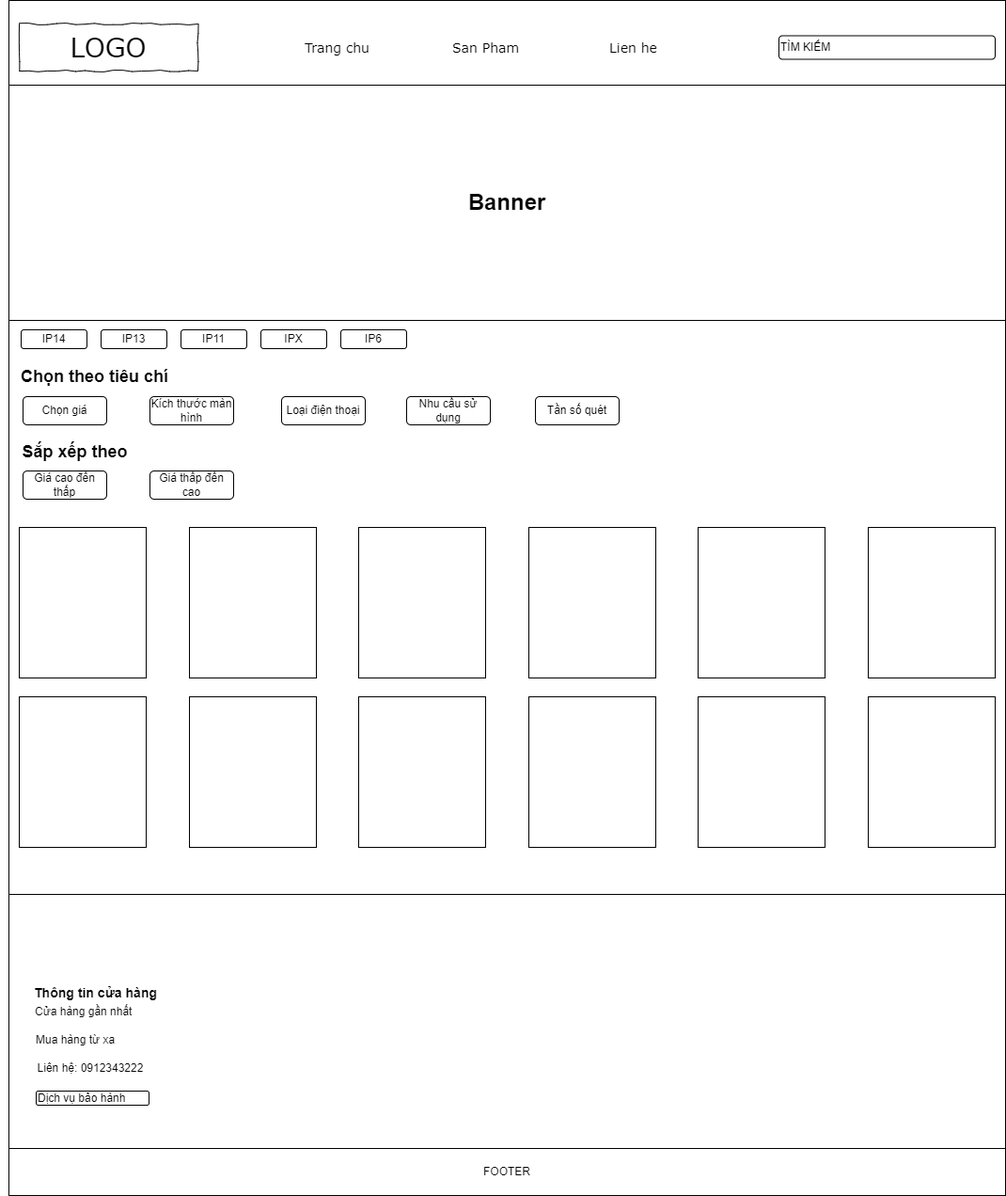
Above: img/SanPham.png in NguyenHocPH36330/Web106_HocNC (draw.io), before the change. Source tidied: cells renumbered, new cells last; positions are measured from the earlier drawing's top-left corner, leaving out a move shared by most shapes.
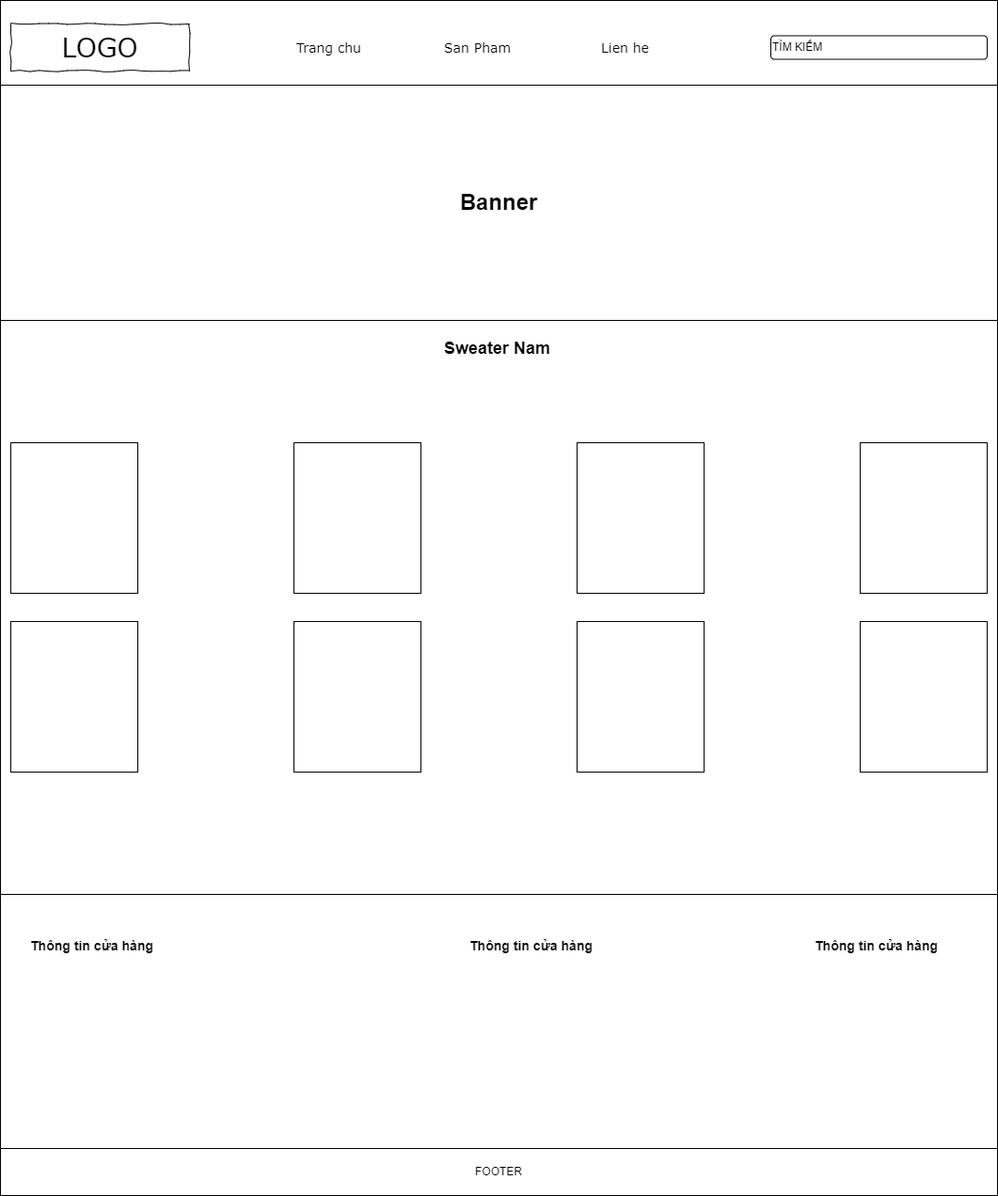
The same file after the commit.

The edit, as a diff of the source:
```diff
@@ -26,104 +26,47 @@
     <mxCell id="9" value="TÌM KIẾM" style="rounded=1;whiteSpace=wrap;html=1;align=left;" parent="1" vertex="1">
       <mxGeometry x="828" y="37.5" width="230" height="25" as="geometry" />
     </mxCell>
-    <mxCell id="10" value="&lt;h2&gt;Chọn theo tiêu chí&lt;/h2&gt;" style="text;html=1;strokeColor=none;fillColor=none;align=left;verticalAlign=middle;whiteSpace=wrap;rounded=0;" parent="1" vertex="1">
-      <mxGeometry x="20" y="385" width="159" height="30" as="geometry" />
+    <mxCell id="10" value="&lt;h2&gt;Sweater Nam&lt;/h2&gt;" style="text;html=1;strokeColor=none;fillColor=none;align=left;verticalAlign=middle;whiteSpace=wrap;rounded=0;" parent="1" vertex="1">
+      <mxGeometry x="479" y="355" width="159" height="30" as="geometry" />
     </mxCell>
-    <mxCell id="11" value="IP14" style="rounded=1;whiteSpace=wrap;html=1;flipH=1;" parent="1" vertex="1">
-      <mxGeometry x="22" y="350" width="70" height="20" as="geometry" />
-    </mxCell>
-    <mxCell id="12" value="IP13" style="rounded=1;whiteSpace=wrap;html=1;flipH=1;" parent="1" vertex="1">
-      <mxGeometry x="107" y="350" width="70" height="20" as="geometry" />
-    </mxCell>
-    <mxCell id="13" value="IP11" style="rounded=1;whiteSpace=wrap;html=1;flipH=1;" parent="1" vertex="1">
-      <mxGeometry x="192" y="350" width="70" height="20" as="geometry" />
-    </mxCell>
-    <mxCell id="14" value="IPX" style="rounded=1;whiteSpace=wrap;html=1;flipH=1;" parent="1" vertex="1">
-      <mxGeometry x="277" y="350" width="70" height="20" as="geometry" />
-    </mxCell>
-    <mxCell id="15" value="IP6" style="rounded=1;whiteSpace=wrap;html=1;flipH=1;" parent="1" vertex="1">
-      <mxGeometry x="362" y="350" width="70" height="20" as="geometry" />
-    </mxCell>
-    <mxCell id="16" value="Chọn giá" style="rounded=1;whiteSpace=wrap;html=1;" parent="1" vertex="1">
-      <mxGeometry x="24" y="421" width="89" height="30" as="geometry" />
-    </mxCell>
-    <mxCell id="17" value="Kích thước màn hình" style="rounded=1;whiteSpace=wrap;html=1;" parent="1" vertex="1">
-      <mxGeometry x="159" y="421" width="89" height="30" as="geometry" />
-    </mxCell>
-    <mxCell id="18" value="Loại điện thoại" style="rounded=1;whiteSpace=wrap;html=1;" parent="1" vertex="1">
-      <mxGeometry x="299" y="421" width="89" height="30" as="geometry" />
-    </mxCell>
-    <mxCell id="19" value="Nhu cầu sử dụng" style="rounded=1;whiteSpace=wrap;html=1;" parent="1" vertex="1">
-      <mxGeometry x="432" y="421" width="89" height="30" as="geometry" />
-    </mxCell>
-    <mxCell id="20" value="Tần số quét" style="rounded=1;whiteSpace=wrap;html=1;" parent="1" vertex="1">
-      <mxGeometry x="569" y="421" width="89" height="30" as="geometry" />
-    </mxCell>
-    <mxCell id="21" value="&lt;h2&gt;Sắp xếp theo&lt;/h2&gt;" style="text;html=1;strokeColor=none;fillColor=none;align=center;verticalAlign=middle;whiteSpace=wrap;rounded=0;" parent="1" vertex="1">
-      <mxGeometry y="465" width="159" height="30" as="geometry" />
-    </mxCell>
-    <mxCell id="22" value="Giá cao đến thấp" style="rounded=1;whiteSpace=wrap;html=1;" parent="1" vertex="1">
-      <mxGeometry x="24" y="500" width="89" height="30" as="geometry" />
-    </mxCell>
-    <mxCell id="23" value="Giá thấp đến cao" style="rounded=1;whiteSpace=wrap;html=1;" parent="1" vertex="1">
-      <mxGeometry x="159" y="500" width="89" height="30" as="geometry" />
-    </mxCell>
     <mxCell id="24" style="rounded=0;whiteSpace=wrap;html=1;flipH=0;" parent="1" vertex="1">
-      <mxGeometry x="20" y="560" width="135" height="160" as="geometry" />
+      <mxGeometry x="20" y="470" width="135" height="160" as="geometry" />
     </mxCell>
     <mxCell id="25" style="rounded=0;whiteSpace=wrap;html=1;flipH=0;" parent="1" vertex="1">
-      <mxGeometry x="201" y="560" width="135" height="160" as="geometry" />
+      <mxGeometry x="321" y="470" width="135" height="160" as="geometry" />
     </mxCell>
     <mxCell id="26" style="rounded=0;whiteSpace=wrap;html=1;flipH=0;" parent="1" vertex="1">
-      <mxGeometry x="381" y="560" width="135" height="160" as="geometry" />
+      <mxGeometry x="622" y="470" width="135" height="160" as="geometry" />
     </mxCell>
     <mxCell id="27" style="rounded=0;whiteSpace=wrap;html=1;flipH=0;" parent="1" vertex="1">
-      <mxGeometry x="562" y="560" width="135" height="160" as="geometry" />
+      <mxGeometry x="923" y="470" width="135" height="160" as="geometry" />
     </mxCell>
-    <mxCell id="28" style="rounded=0;whiteSpace=wrap;html=1;flipH=0;" parent="1" vertex="1">
-      <mxGeometry x="742" y="560" width="135" height="160" as="geometry" />
-    </mxCell>
-    <mxCell id="29" style="rounded=0;whiteSpace=wrap;html=1;flipH=0;" parent="1" vertex="1">
-      <mxGeometry x="923" y="560" width="135" height="160" as="geometry" />
-    </mxCell>
-    <mxCell id="30" style="rounded=0;whiteSpace=wrap;html=1;flipH=0;" parent="1" vertex="1">
-      <mxGeometry x="20" y="740" width="135" height="160" as="geometry" />
-    </mxCell>
-    <mxCell id="31" style="rounded=0;whiteSpace=wrap;html=1;flipH=0;" parent="1" vertex="1">
-      <mxGeometry x="201" y="740" width="135" height="160" as="geometry" />
-    </mxCell>
-    <mxCell id="32" style="rounded=0;whiteSpace=wrap;html=1;flipH=0;" parent="1" vertex="1">
-      <mxGeometry x="381" y="740" width="135" height="160" as="geometry" />
-    </mxCell>
-    <mxCell id="33" style="rounded=0;whiteSpace=wrap;html=1;flipH=0;" parent="1" vertex="1">
-      <mxGeometry x="562" y="740" width="135" height="160" as="geometry" />
-    </mxCell>
-    <mxCell id="34" style="rounded=0;whiteSpace=wrap;html=1;flipH=0;" parent="1" vertex="1">
-      <mxGeometry x="742" y="740" width="135" height="160" as="geometry" />
-    </mxCell>
-    <mxCell id="35" style="rounded=0;whiteSpace=wrap;html=1;flipH=0;" parent="1" vertex="1">
-      <mxGeometry x="923" y="740" width="135" height="160" as="geometry" />
-    </mxCell>
     <mxCell id="36" value="&lt;h2&gt;&lt;br&gt;&lt;/h2&gt;" style="rounded=0;whiteSpace=wrap;html=1;align=left;" parent="1" vertex="1">
       <mxGeometry x="9" y="950" width="1060" height="270" as="geometry" />
     </mxCell>
     <mxCell id="37" value="&lt;h3&gt;Thông tin cửa hàng&lt;/h3&gt;" style="text;html=1;strokeColor=none;fillColor=none;align=left;verticalAlign=middle;whiteSpace=wrap;rounded=0;" parent="1" vertex="1">
-      <mxGeometry x="34" y="1040" width="140" height="30" as="geometry" />
+      <mxGeometry x="39" y="990" width="140" height="30" as="geometry" />
     </mxCell>
     <mxCell id="38" value="FOOTER" style="rounded=0;whiteSpace=wrap;html=1;" parent="1" vertex="1">
       <mxGeometry x="9" y="1220" width="1060" height="50" as="geometry" />
     </mxCell>
-    <mxCell id="39" value="Cửa hàng gần nhất" style="text;html=1;strokeColor=none;fillColor=none;align=left;verticalAlign=middle;whiteSpace=wrap;rounded=0;" parent="1" vertex="1">
-      <mxGeometry x="35" y="1060" width="138" height="30" as="geometry" />
-    </mxCell>
-    <mxCell id="40" value="Mua hàng từ xa" style="text;html=1;strokeColor=none;fillColor=none;align=left;verticalAlign=middle;whiteSpace=wrap;rounded=0;" parent="1" vertex="1">
-      <mxGeometry x="36" y="1090" width="138" height="30" as="geometry" />
-    </mxCell>
-    <mxCell id="41" value="Liên hệ: 0912343222" style="text;html=1;strokeColor=none;fillColor=none;align=center;verticalAlign=middle;whiteSpace=wrap;rounded=0;" parent="1" vertex="1">
-      <mxGeometry x="29.5" y="1120" width="132" height="30" as="geometry" />
-    </mxCell>
-    <mxCell id="42" value="Dịch vụ bảo hành" style="rounded=1;whiteSpace=wrap;html=1;align=left;" parent="1" vertex="1">
-      <mxGeometry x="38" y="1159" width="120" height="15" as="geometry" />
-    </mxCell>
+    <mxCell id="43" style="rounded=0;whiteSpace=wrap;html=1;flipH=0;" parent="1" vertex="1">
+      <mxGeometry x="20" y="660" width="135" height="160" as="geometry" />
+    </mxCell>
+    <mxCell id="44" style="rounded=0;whiteSpace=wrap;html=1;flipH=0;" parent="1" vertex="1">
+      <mxGeometry x="321" y="660" width="135" height="160" as="geometry" />
+    </mxCell>
+    <mxCell id="45" style="rounded=0;whiteSpace=wrap;html=1;flipH=0;" parent="1" vertex="1">
+      <mxGeometry x="622" y="660" width="135" height="160" as="geometry" />
+    </mxCell>
+    <mxCell id="46" style="rounded=0;whiteSpace=wrap;html=1;flipH=0;" parent="1" vertex="1">
+      <mxGeometry x="923" y="660" width="135" height="160" as="geometry" />
+    </mxCell>
+    <mxCell id="47" value="&lt;h3&gt;Thông tin cửa hàng&lt;/h3&gt;" style="text;html=1;strokeColor=none;fillColor=none;align=left;verticalAlign=middle;whiteSpace=wrap;rounded=0;" parent="1" vertex="1">
+      <mxGeometry x="506" y="990" width="140" height="30" as="geometry" />
+    </mxCell>
+    <mxCell id="48" value="&lt;h3&gt;Thông tin cửa hàng&lt;/h3&gt;" style="text;html=1;strokeColor=none;fillColor=none;align=left;verticalAlign=middle;whiteSpace=wrap;rounded=0;" parent="1" vertex="1">
+      <mxGeometry x="873" y="990" width="140" height="30" as="geometry" />
+    </mxCell>
   </root>
 </mxGraphModel>
```
